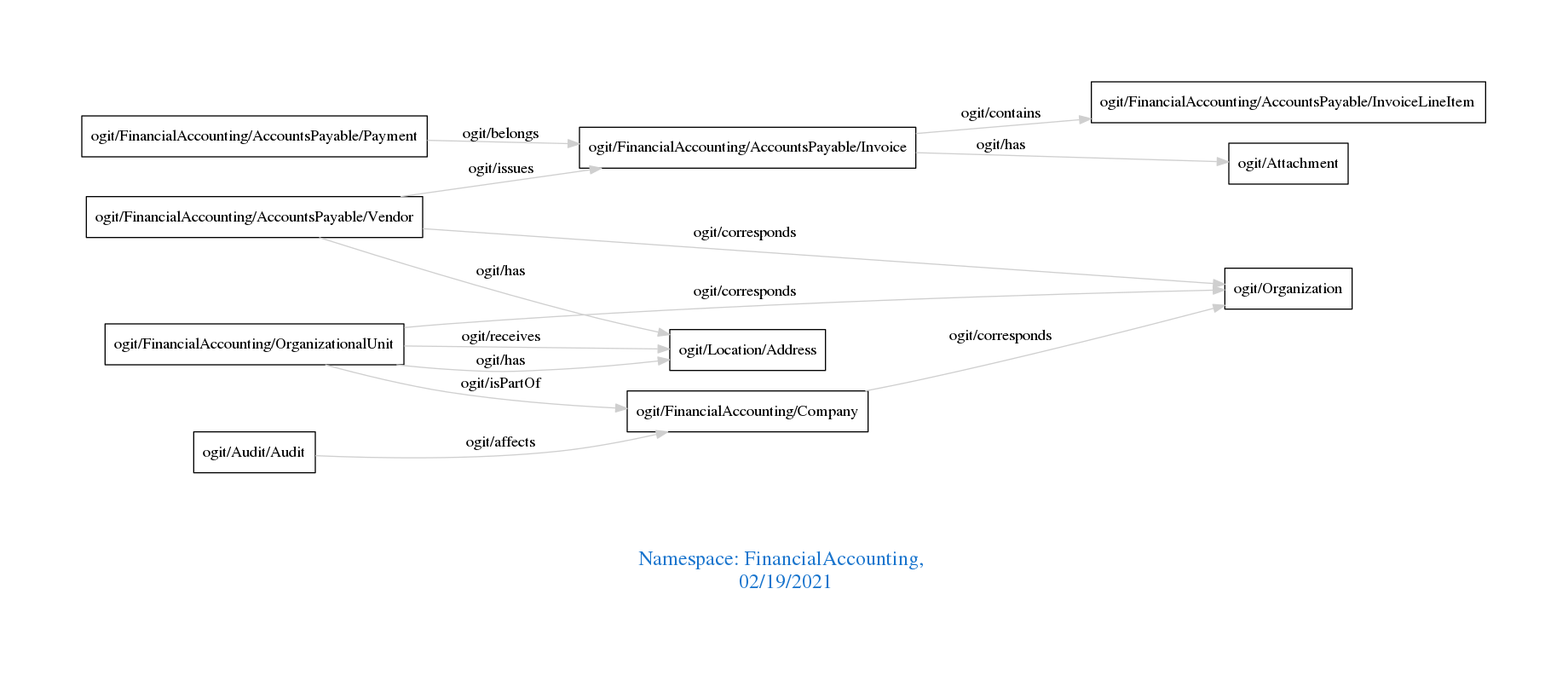
Above: downloads/FinancialAccounting.png in arago/OGIT (Graphviz), before the change. Its source is kept beside it as downloads/FinancialAccounting.dot.
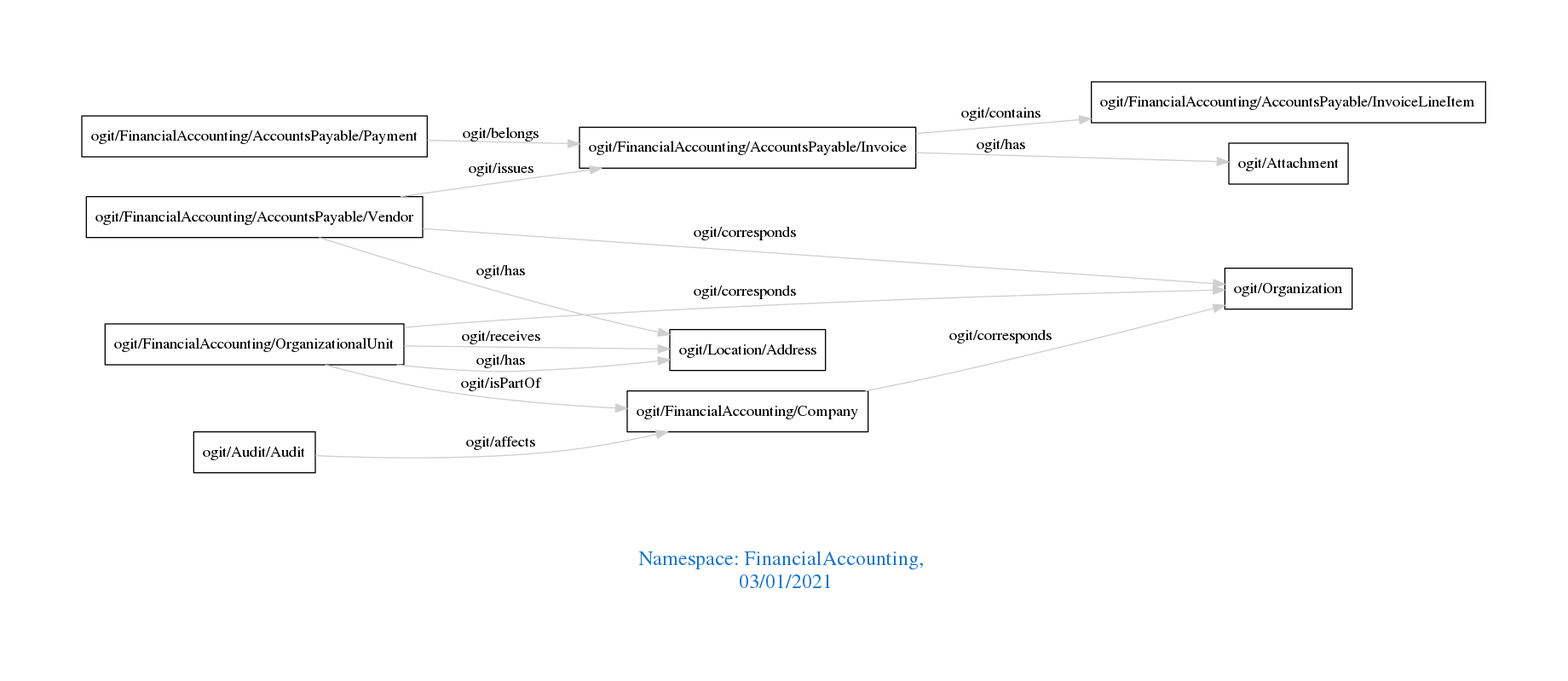
The same file after the commit.

Diff of the diagram source:
```diff
@@ -1,7 +1,7 @@
 digraph OGIT_ontology {
  graph [ rankdir= LR,pad=1
 fontsize = 18,
-fontcolor= dodgerblue3,label = "\n\n\nNamespace: FinancialAccounting, \n 02/19/2021"];
+fontcolor= dodgerblue3,label = "\n\n\nNamespace: FinancialAccounting, \n 03/01/2021"];
 node[shape=polygon];
 edge [  color="gray81"];
 
```
